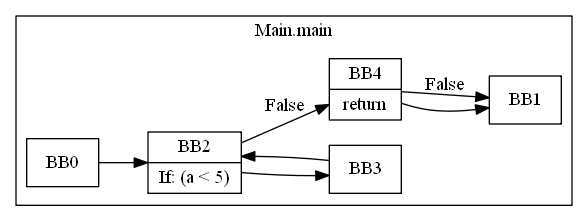
The Graphviz diagram HW5/javali_tests/HW5/test.png in panubala/CDPP, before a commit. Its source is kept beside it as HW5/javali_tests/HW5/Test.javali.cfg.dot.
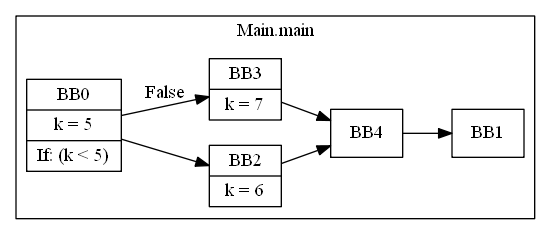
The same diagram one commit later.

Change to the diagram source:
```diff
@@ -4,56 +4,28 @@
     label = "Main.main"
     M0_BB0 [
       shape="record"
-      label="BB0|return"
+      label="BB0|k = 4|k = 5|If: (k \< 5)"
     ];
-    M0_BB0 -> M0_BB1;
+    M0_BB0 -> M0_BB2;
+    M0_BB0 -> M0_BB3 [label="False"];
     M0_BB1 [
       shape="record"
       label="BB1"
     ];
-  }
-  subgraph cluster_1 {
-    label = "Main.f"
-    M1_BB0 [
+    M0_BB2 [
       shape="record"
-      label="BB0|If: (k \< 5)"
+      label="BB2|k = 6|k = 4"
     ];
-    M1_BB0 -> M1_BB2;
-    M1_BB0 -> M1_BB3 [label="False"];
-    M1_BB1 [
+    M0_BB2 -> M0_BB4;
+    M0_BB3 [
       shape="record"
-      label="BB1"
+      label="BB3|k = 2|k = 7"
     ];
-    M1_BB2 [
+    M0_BB3 -> M0_BB4;
+    M0_BB4 [
       shape="record"
-      label="BB2|return 2"
+      label="BB4|k = 1"
     ];
-    M1_BB2 -> M1_BB1;
-    M1_BB3 [
-      shape="record"
-      label="BB3|nop"
-    ];
-    M1_BB3 -> M1_BB4;
-    M1_BB4 [
-      shape="record"
-      label="BB4|If: (k \> 9)"
-    ];
-    M1_BB4 -> M1_BB5;
-    M1_BB4 -> M1_BB6 [label="False"];
-    M1_BB5 [
-      shape="record"
-      label="BB5|return 1"
-    ];
-    M1_BB5 -> M1_BB1;
-    M1_BB6 [
-      shape="record"
-      label="BB6|nop"
-    ];
-    M1_BB6 -> M1_BB7;
-    M1_BB7 [
-      shape="record"
-      label="BB7|z = 6|return z"
-    ];
-    M1_BB7 -> M1_BB1;
+    M0_BB4 -> M0_BB1;
   }
 }
```
